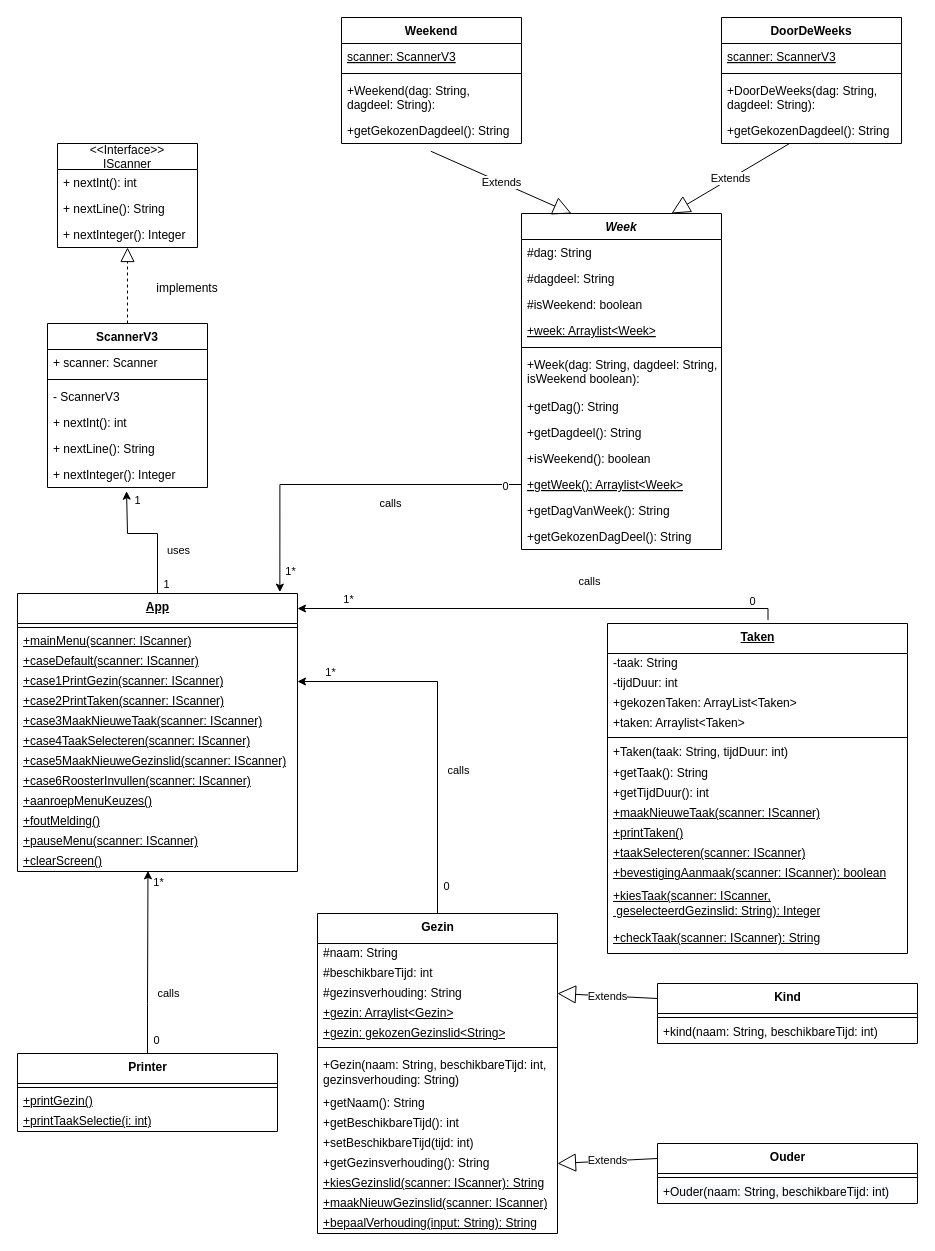
Before: uml.drawio in WesselMH/Roostermaker, a draw.io diagram. Source tidied: cells renumbered, new cells numbered last; positions are measured from the earlier drawing's top-left corner, leaving out a move shared by most shapes. Both pictures are drawn from the tidied source at 100%, with x=0, y=0 at pixel (17, 17).
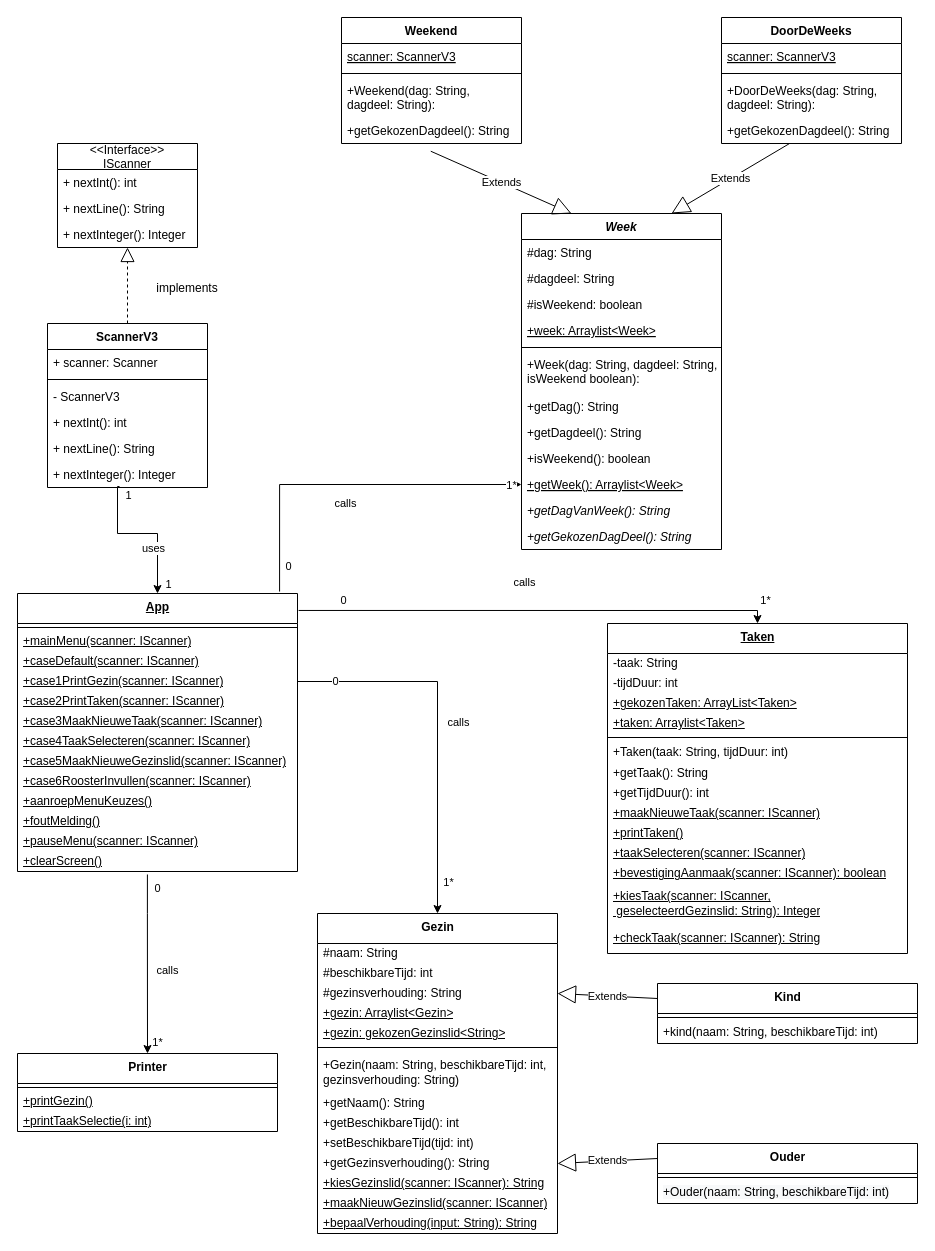
Above is the later version.

Unchanged cells that the change refers to:
```xml
<mxCell id="2" value="&lt;b&gt;Taken&lt;/b&gt;" style="swimlane;fontStyle=4;align=center;verticalAlign=top;horizontal=1;startSize=30;html=1;strokeColor=default;" parent="1" vertex="1">
  <mxGeometry x="590" y="606" width="300" height="330" as="geometry" />
</mxCell>
<mxCell id="17" value="&lt;b&gt;Gezin&lt;/b&gt;" style="swimlane;fontStyle=0;align=center;verticalAlign=top;horizontal=1;startSize=30;html=1;" parent="1" vertex="1">
  <mxGeometry x="300" y="896" width="240" height="320" as="geometry" />
</mxCell>
<mxCell id="38" value="&lt;b&gt;App&lt;/b&gt;" style="swimlane;fontStyle=4;align=center;verticalAlign=top;horizontal=1;startSize=30;html=1;" parent="1" vertex="1">
  <mxGeometry y="576" width="280" height="278" as="geometry" />
</mxCell>
<mxCell id="42" value="&lt;u&gt;+case1PrintGezin(scanner: IScanner)&lt;/u&gt;" style="text;html=1;strokeColor=none;fillColor=none;align=left;verticalAlign=middle;spacingLeft=4;spacingRight=4;overflow=hidden;points=[[0,0.5],[1,0.5]];portConstraint=eastwest;" parent="38" vertex="1">
  <mxGeometry y="78" width="280" height="20" as="geometry" />
</mxCell>
<mxCell id="51" value="&lt;u&gt;+clearScreen()&lt;/u&gt;" style="text;html=1;strokeColor=none;fillColor=none;align=left;verticalAlign=middle;spacingLeft=4;spacingRight=4;overflow=hidden;points=[[0,0.5],[1,0.5]];portConstraint=eastwest;" parent="38" vertex="1">
  <mxGeometry y="258" width="280" height="20" as="geometry" />
</mxCell>
<mxCell id="62" value="+ nextInteger(): Integer" style="text;strokeColor=none;fillColor=none;align=left;verticalAlign=top;spacingLeft=4;spacingRight=4;overflow=hidden;points=[[0,0.5],[1,0.5]];portConstraint=eastwest;" parent="56" vertex="1">
  <mxGeometry y="138" width="160" height="26" as="geometry" />
</mxCell>
<mxCell id="79" value="Week" style="swimlane;fontStyle=3;align=center;verticalAlign=top;horizontal=1;startSize=26;" parent="1" vertex="1">
  <mxGeometry x="504" y="196" width="200" height="336" as="geometry" />
</mxCell>
<mxCell id="89" value="+getWeek(): Arraylist&lt;Week&gt;" style="text;strokeColor=none;fillColor=none;align=left;verticalAlign=top;spacingLeft=4;spacingRight=4;overflow=hidden;points=[[0,0.5],[1,0.5]];portConstraint=eastwest;fontStyle=4;" parent="79" vertex="1">
  <mxGeometry y="258" width="200" height="26" as="geometry" />
</mxCell>
<mxCell id="104" value="&lt;b&gt;Printer&lt;/b&gt;" style="swimlane;fontStyle=0;align=center;verticalAlign=top;horizontal=1;startSize=30;html=1;" parent="1" vertex="1">
  <mxGeometry y="1036" width="260" height="78" as="geometry" />
</mxCell>
```

The edit, as a diff of the source:
```diff
@@
-    <mxCell id="5" value="+gekozenTaken: ArrayList&amp;lt;Taken&amp;gt;&lt;span style=&quot;white-space: pre&quot;&gt;&#9;&lt;/span&gt;" style="text;html=1;strokeColor=none;fillColor=none;align=left;verticalAlign=middle;spacingLeft=4;spacingRight=4;overflow=hidden;" parent="2" vertex="1">
+    <mxCell id="5" value="+gekozenTaken: ArrayList&amp;lt;Taken&amp;gt;&lt;span style=&quot;white-space: pre&quot;&gt;&#9;&lt;/span&gt;" style="text;html=1;strokeColor=none;fillColor=none;align=left;verticalAlign=middle;spacingLeft=4;spacingRight=4;overflow=hidden;fontStyle=4;" parent="2" vertex="1">
       <mxGeometry y="70" width="300" height="20" as="geometry" />
     </mxCell>
-    <mxCell id="6" value="+taken: Arraylist&amp;lt;Taken&amp;gt;" style="text;html=1;strokeColor=none;fillColor=none;align=left;verticalAlign=middle;spacingLeft=4;spacingRight=4;overflow=hidden;" parent="2" vertex="1">
+    <mxCell id="6" value="+taken: Arraylist&amp;lt;Taken&amp;gt;" style="text;html=1;strokeColor=none;fillColor=none;align=left;verticalAlign=middle;spacingLeft=4;spacingRight=4;overflow=hidden;fontStyle=4;" parent="2" vertex="1">
       <mxGeometry y="90" width="300" height="20" as="geometry" />
     </mxCell>
@@
-    <mxCell id="52" style="edgeStyle=orthogonalEdgeStyle;rounded=0;jettySize=auto;html=1;exitX=0.5;exitY=0;exitDx=0;exitDy=0;entryX=0.494;entryY=1.143;entryDx=0;entryDy=0;entryPerimeter=0;" parent="1" edge="1" source="38" target="62">
+    <mxCell id="52" style="edgeStyle=orthogonalEdgeStyle;rounded=0;jettySize=auto;html=1;entryX=0.5;entryY=0;entryDx=0;entryDy=0;exitX=0.45;exitY=0.962;exitDx=0;exitDy=0;exitPerimeter=0;" parent="1" edge="1" source="62" target="38">
       <mxGeometry relative="1" as="geometry">
         <Array as="points">
+          <mxPoint x="100" y="469" />
+          <mxPoint x="100" y="516" />
           <mxPoint x="140" y="516" />
-          <mxPoint x="110" y="516" />
-          <mxPoint x="110" y="474" />
         </Array>
       </mxGeometry>
     </mxCell>
@@
-    <mxCell id="69" style="edgeStyle=orthogonalEdgeStyle;rounded=0;jettySize=auto;html=1;entryX=1;entryY=0.054;entryDx=0;entryDy=0;entryPerimeter=0;exitX=0.535;exitY=-0.011;exitDx=0;exitDy=0;exitPerimeter=0;" parent="1" edge="1" source="2" target="38">
+    <mxCell id="69" style="edgeStyle=orthogonalEdgeStyle;rounded=0;jettySize=auto;html=1;entryX=0.5;entryY=0;entryDx=0;entryDy=0;exitX=1.004;exitY=0.061;exitDx=0;exitDy=0;exitPerimeter=0;" parent="1" edge="1" source="38" target="2">
       <mxGeometry relative="1" as="geometry">
         <Array as="points">
-          <mxPoint x="751" y="591" />
+          <mxPoint x="740" y="593" />
         </Array>
       </mxGeometry>
     </mxCell>
@@
-    <mxCell id="73" style="edgeStyle=orthogonalEdgeStyle;rounded=0;jettySize=auto;html=1;entryX=1;entryY=0.5;entryDx=0;entryDy=0;exitX=0.5;exitY=0;exitDx=0;exitDy=0;" parent="1" edge="1" source="17" target="42">
+    <mxCell id="73" style="edgeStyle=orthogonalEdgeStyle;rounded=0;jettySize=auto;html=1;entryX=0.5;entryY=0;entryDx=0;entryDy=0;exitX=1;exitY=0.5;exitDx=0;exitDy=0;" parent="1" edge="1" source="42" target="17">
       <mxGeometry relative="1" as="geometry">
         <Array as="points">
           <mxPoint x="420" y="664" />
         </Array>
       </mxGeometry>
     </mxCell>
@@
-    <mxCell id="90" value="+getDagVanWeek(): String" style="text;strokeColor=none;fillColor=none;align=left;verticalAlign=top;spacingLeft=4;spacingRight=4;overflow=hidden;" parent="79" vertex="1">
+    <mxCell id="90" value="+getDagVanWeek(): String" style="text;strokeColor=none;fillColor=none;align=left;verticalAlign=top;spacingLeft=4;spacingRight=4;overflow=hidden;fontStyle=2;" parent="79" vertex="1">
       <mxGeometry y="284" width="200" height="26" as="geometry" />
     </mxCell>
-    <mxCell id="91" value="+getGekozenDagDeel(): String" style="text;strokeColor=none;fillColor=none;align=left;verticalAlign=top;spacingLeft=4;spacingRight=4;overflow=hidden;" parent="79" vertex="1">
+    <mxCell id="91" value="+getGekozenDagDeel(): String" style="text;strokeColor=none;fillColor=none;align=left;verticalAlign=top;spacingLeft=4;spacingRight=4;overflow=hidden;fontStyle=2;" parent="79" vertex="1">
       <mxGeometry y="310" width="200" height="26" as="geometry" />
     </mxCell>
@@
-    <mxCell id="108" style="edgeStyle=orthogonalEdgeStyle;rounded=0;jettySize=auto;html=1;entryX=0.466;entryY=0.968;entryDx=0;entryDy=0;entryPerimeter=0;exitX=0.5;exitY=0;exitDx=0;exitDy=0;" parent="1" edge="1" source="104" target="51">
+    <mxCell id="108" style="edgeStyle=orthogonalEdgeStyle;rounded=0;jettySize=auto;html=1;exitX=0.464;exitY=1.15;exitDx=0;exitDy=0;exitPerimeter=0;entryX=0.5;entryY=0;entryDx=0;entryDy=0;" parent="1" edge="1" source="51" target="104">
       <mxGeometry relative="1" as="geometry">
         <Array as="points">
-          <mxPoint x="130" y="986" />
-          <mxPoint x="130" y="986" />
+          <mxPoint x="130" y="896" />
+          <mxPoint x="130" y="896" />
         </Array>
       </mxGeometry>
     </mxCell>
@@
-    <mxCell id="112" style="edgeStyle=orthogonalEdgeStyle;rounded=0;jettySize=auto;html=1;exitX=0;exitY=0.5;exitDx=0;exitDy=0;entryX=0.937;entryY=-0.005;entryDx=0;entryDy=0;entryPerimeter=0;" parent="1" edge="1" source="89" target="38">
+    <mxCell id="112" style="edgeStyle=orthogonalEdgeStyle;rounded=0;jettySize=auto;html=1;entryX=0;entryY=0.5;entryDx=0;entryDy=0;exitX=0.936;exitY=-0.007;exitDx=0;exitDy=0;exitPerimeter=0;" parent="1" edge="1" source="38" target="89">
       <mxGeometry relative="1" as="geometry">
         <Array as="points">
           <mxPoint x="262" y="467" />
         </Array>
       </mxGeometry>
     </mxCell>
```
